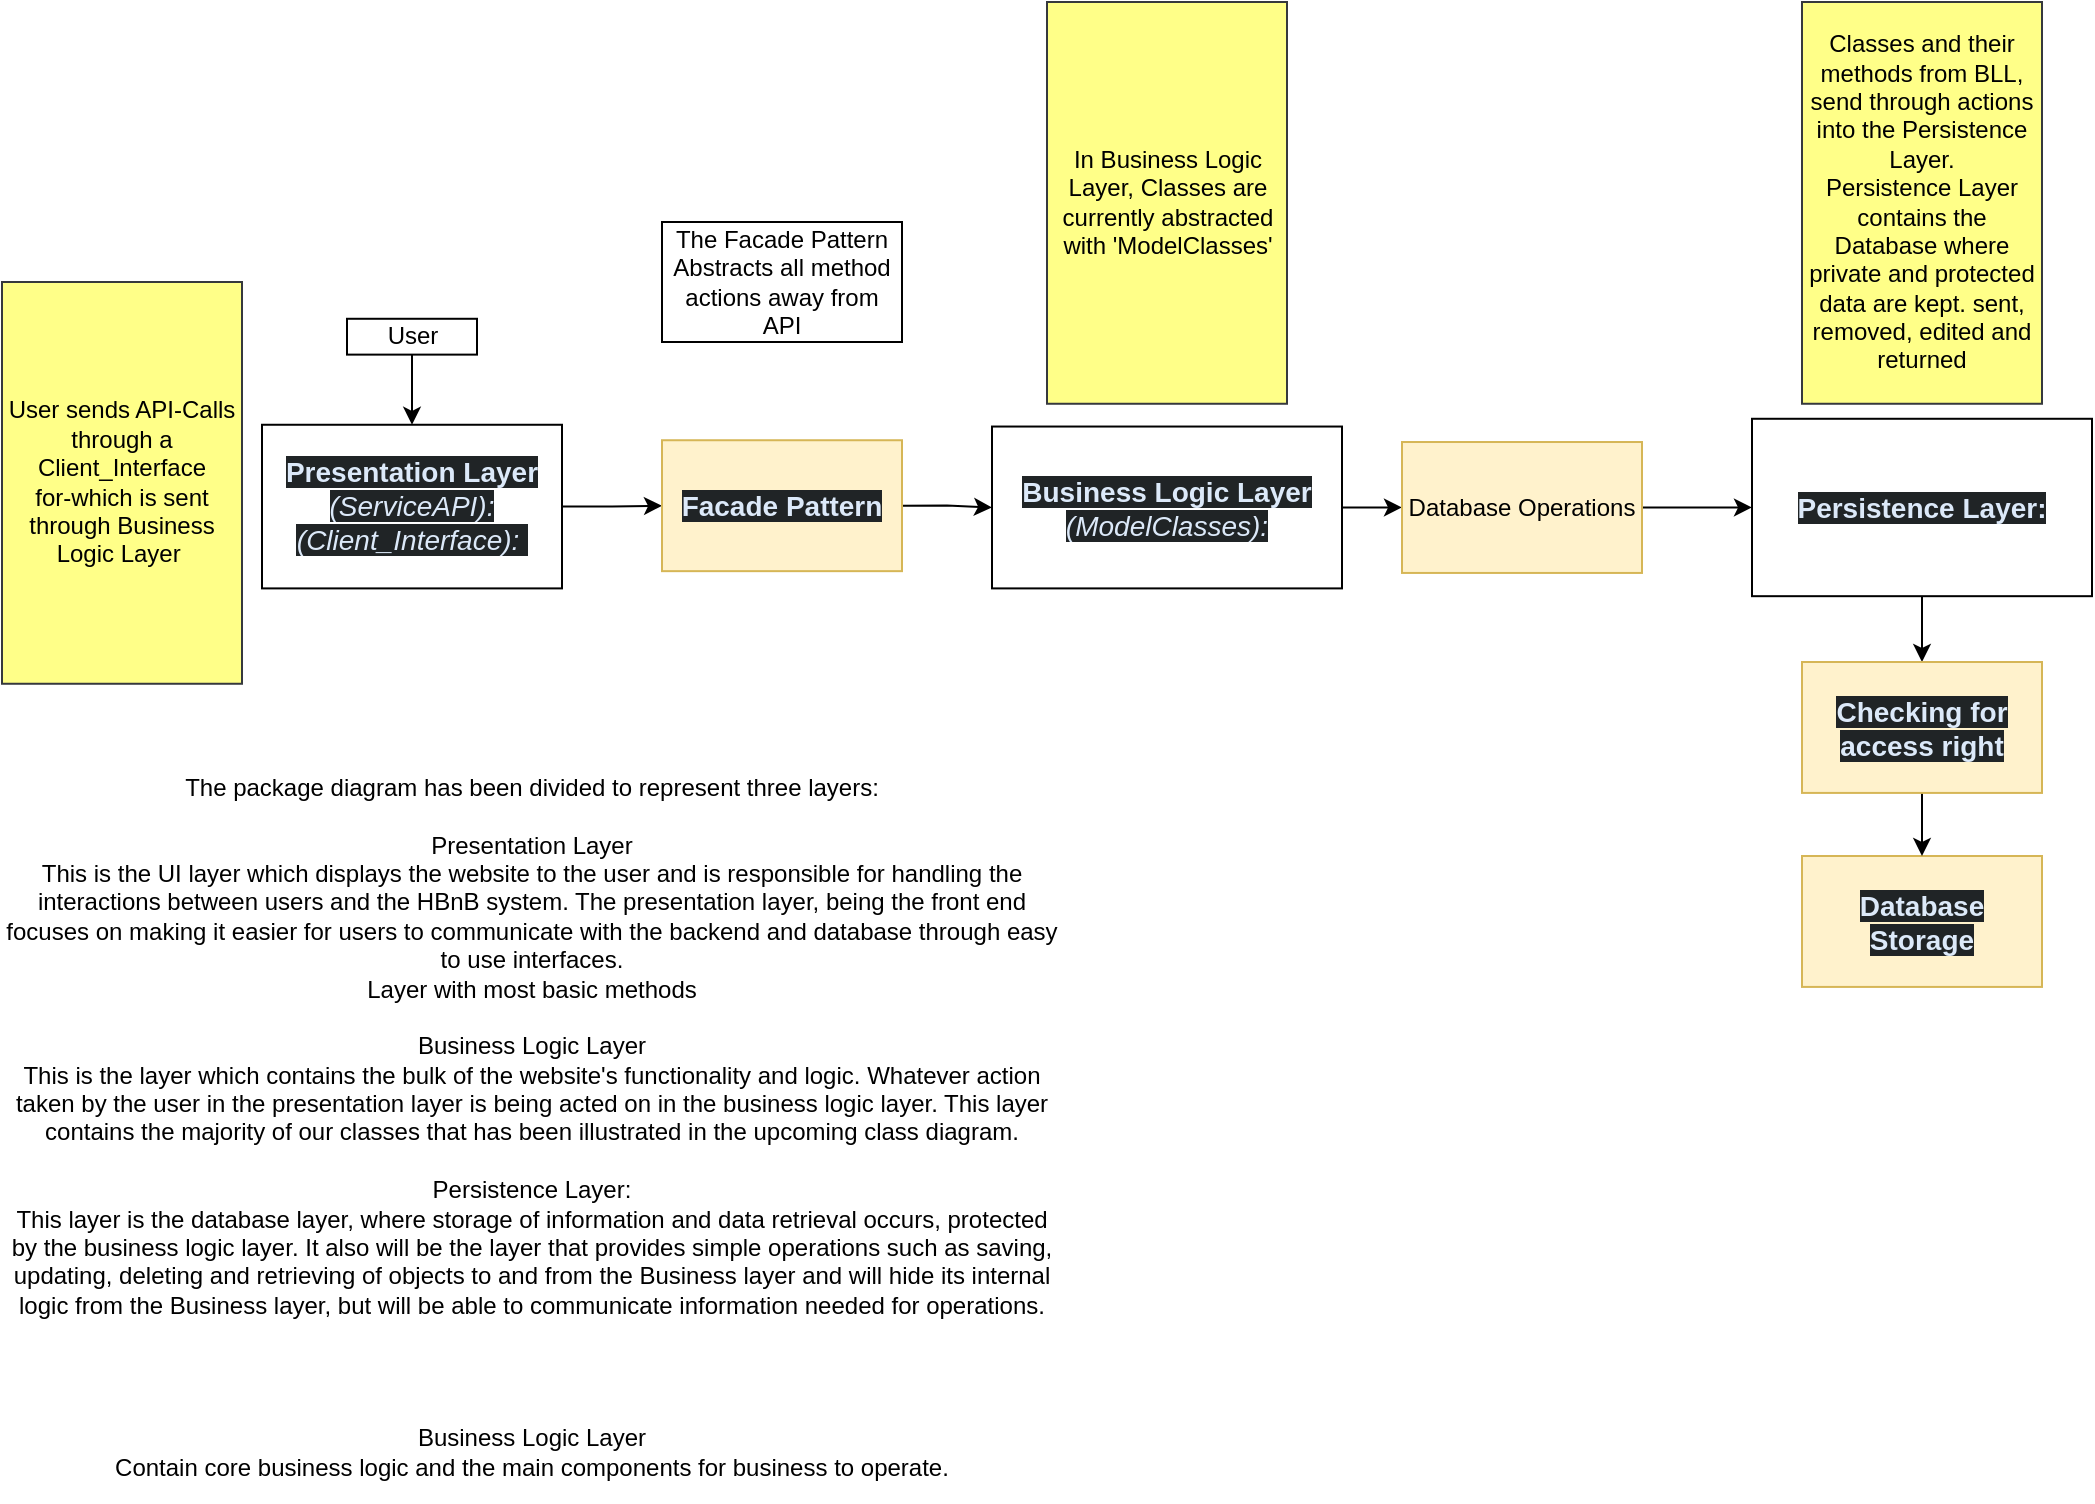
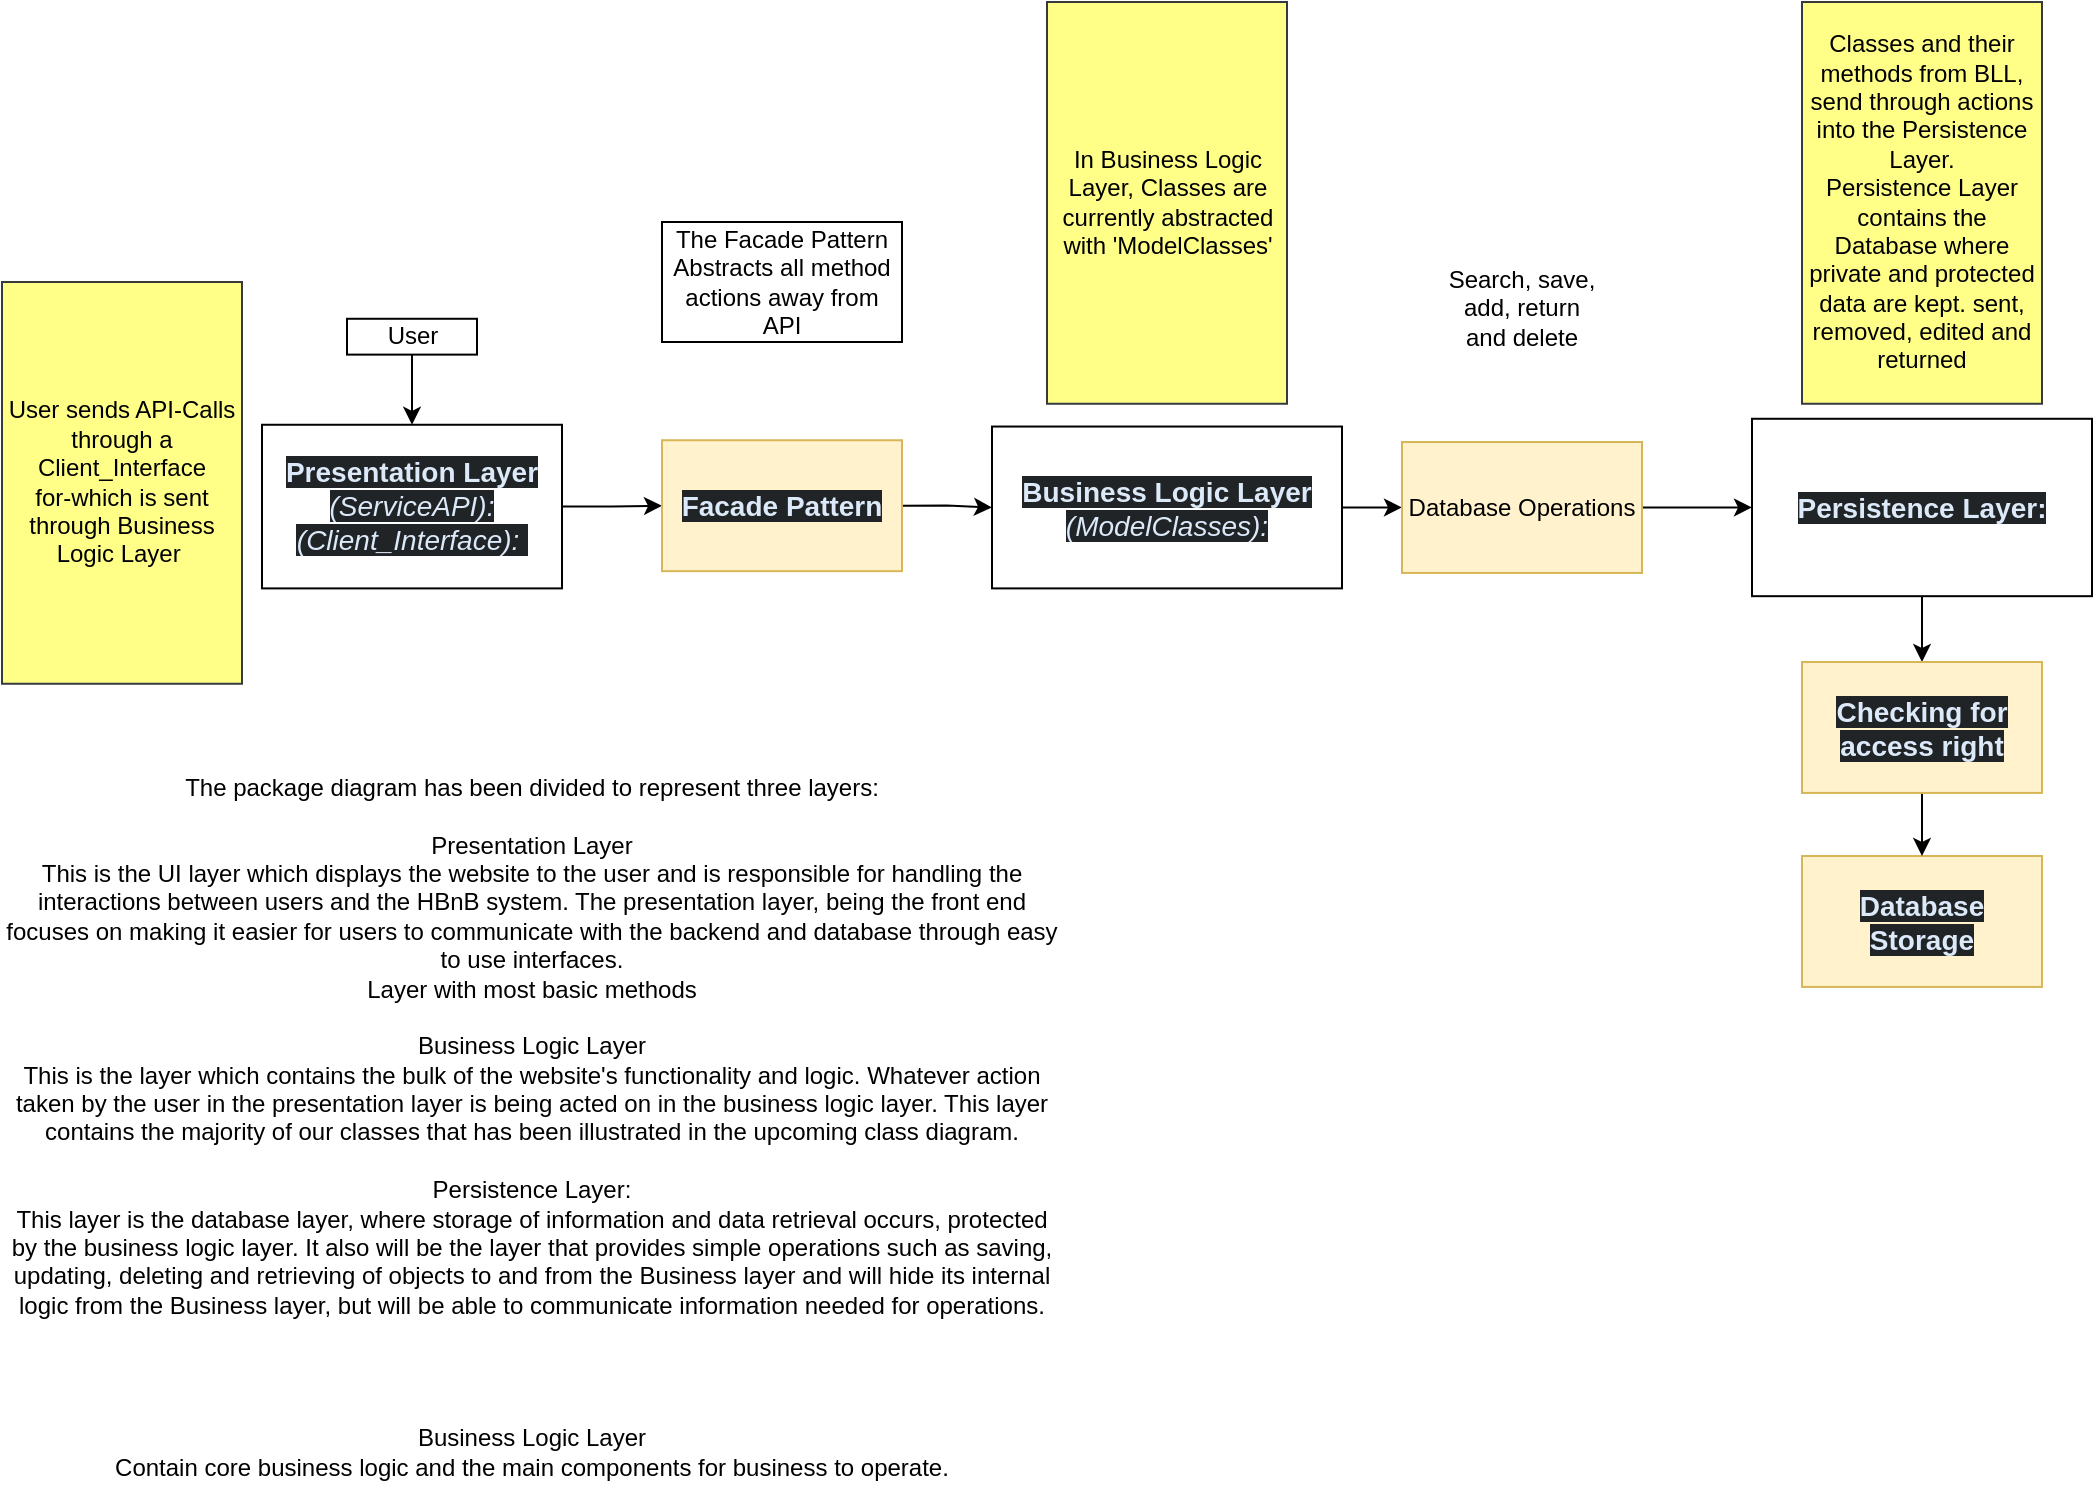
<mxfile host="app.diagrams.net">
  <diagram name="Page-1" id="2KrW7VEhyqmw7Nx4Ttr-">
-     <mxGraphModel dx="884" dy="490" grid="1" gridSize="10" guides="1" tooltips="1" connect="1" arrows="1" fold="1" page="1" pageScale="1" pageWidth="850" pageHeight="1100" math="0" shadow="0">
+     <mxGraphModel dx="1856" dy="1028" grid="1" gridSize="10" guides="1" tooltips="1" connect="1" arrows="1" fold="1" page="1" pageScale="1" pageWidth="850" pageHeight="1100" math="0" shadow="0">
      <root>
        <mxCell id="0" />
        <mxCell id="1" parent="0" />
        <mxCell id="vZHe2jEZJALmbnLdjFB--106" edge="1" parent="1" source="vZHe2jEZJALmbnLdjFB--105" style="edgeStyle=orthogonalEdgeStyle;rounded=0;orthogonalLoop=1;jettySize=auto;html=1;entryX=0.5;entryY=0;entryDx=0;entryDy=0;exitX=0.5;exitY=1;exitDx=0;exitDy=0;" target="vZHe2jEZJALmbnLdjFB--6" value="">
          <mxGeometry relative="1" as="geometry">
            <mxPoint x="360" y="250" as="sourcePoint" />
          </mxGeometry>
        </mxCell>
        <mxCell id="vZHe2jEZJALmbnLdjFB--6" parent="1" style="rounded=0;whiteSpace=wrap;html=1;" value="&lt;strong style=&quot;box-sizing: border-box; font-weight: bold; scrollbar-color: rgb(95, 99, 104) rgb(49, 54, 60); color: rgb(220, 233, 249); font-family: aktiv-grotesk, sans-serif; font-size: 14px; text-align: start; background-color: rgb(32, 36, 38);&quot;&gt;Presentation Layer &lt;/strong&gt;&lt;span style=&quot;box-sizing: border-box; scrollbar-color: rgb(95, 99, 104) rgb(49, 54, 60); color: rgb(220, 233, 249); font-family: aktiv-grotesk, sans-serif; font-size: 14px; text-align: start; background-color: rgb(32, 36, 38);&quot;&gt;&lt;i&gt;(ServiceAPI):&lt;/i&gt;&lt;/span&gt;&lt;div&gt;&lt;span style=&quot;color: rgb(220, 233, 249); font-family: aktiv-grotesk, sans-serif; font-size: 14px; text-align: start; background-color: rgb(32, 36, 38);&quot;&gt;&lt;i&gt;(Client_Interface):&amp;nbsp;&lt;/i&gt;&lt;/span&gt;&lt;/div&gt;" vertex="1">
          <mxGeometry height="81.82" width="150" x="400" y="301.38" as="geometry" />
        </mxCell>
        <mxCell id="vZHe2jEZJALmbnLdjFB--8" edge="1" parent="1" source="vZHe2jEZJALmbnLdjFB--10" style="edgeStyle=orthogonalEdgeStyle;rounded=0;orthogonalLoop=1;jettySize=auto;html=1;exitX=1;exitY=0.5;exitDx=0;exitDy=0;entryX=0;entryY=0.5;entryDx=0;entryDy=0;" target="vZHe2jEZJALmbnLdjFB--39">
          <mxGeometry relative="1" as="geometry" />
        </mxCell>
        <mxCell id="vZHe2jEZJALmbnLdjFB--10" parent="1" style="rounded=0;whiteSpace=wrap;html=1;" value="&lt;span style=&quot;box-sizing: border-box; scrollbar-color: rgb(95, 99, 104) rgb(49, 54, 60); color: rgb(220, 233, 249); font-family: aktiv-grotesk, sans-serif; font-size: 14px; text-align: start; background-color: rgb(32, 36, 38);&quot;&gt;&lt;b&gt;Business Logic Layer &lt;/b&gt;&lt;i style=&quot;&quot;&gt;(ModelClasses):&lt;/i&gt;&lt;/span&gt;" vertex="1">
          <mxGeometry height="80.93" width="175" x="765" y="302.27" as="geometry" />
        </mxCell>
        <mxCell id="vZHe2jEZJALmbnLdjFB--11" edge="1" parent="1" source="vZHe2jEZJALmbnLdjFB--12" style="edgeStyle=orthogonalEdgeStyle;rounded=0;orthogonalLoop=1;jettySize=auto;html=1;exitX=0.5;exitY=1;exitDx=0;exitDy=0;entryX=0.5;entryY=0;entryDx=0;entryDy=0;" target="vZHe2jEZJALmbnLdjFB--102">
          <mxGeometry relative="1" as="geometry" />
        </mxCell>
        <mxCell id="vZHe2jEZJALmbnLdjFB--12" parent="1" style="rounded=0;whiteSpace=wrap;html=1;" value="&lt;strong style=&quot;box-sizing: border-box; font-weight: bold; scrollbar-color: rgb(95, 99, 104) rgb(49, 54, 60); color: rgb(220, 233, 249); font-family: aktiv-grotesk, sans-serif; font-size: 14px; text-align: start; background-color: rgb(32, 36, 38);&quot;&gt;Persistence Layer:&lt;/strong&gt;" vertex="1">
          <mxGeometry height="88.7" width="170" x="1145" y="298.39" as="geometry" />
        </mxCell>
        <mxCell id="vZHe2jEZJALmbnLdjFB--29" parent="1" style="rounded=0;whiteSpace=wrap;html=1;align=center;fillColor=#fff2cc;strokeColor=#d6b656;" value="&lt;div style=&quot;&quot;&gt;&lt;font color=&quot;#dce9f9&quot; face=&quot;aktiv-grotesk, sans-serif&quot;&gt;&lt;span style=&quot;font-size: 14px; background-color: rgb(32, 36, 38);&quot;&gt;&lt;b&gt;Database&lt;br&gt;Storage&lt;/b&gt;&lt;/span&gt;&lt;/font&gt;&lt;/div&gt;" vertex="1">
          <mxGeometry height="65.46" width="120" x="1170" y="517" as="geometry" />
        </mxCell>
        <mxCell id="vZHe2jEZJALmbnLdjFB--35" edge="1" parent="1" source="vZHe2jEZJALmbnLdjFB--37" style="edgeStyle=orthogonalEdgeStyle;rounded=0;orthogonalLoop=1;jettySize=auto;html=1;exitX=1;exitY=0.5;exitDx=0;exitDy=0;" target="vZHe2jEZJALmbnLdjFB--10">
          <mxGeometry relative="1" as="geometry">
            <mxPoint x="750" y="339.5700000000001" as="sourcePoint" />
          </mxGeometry>
        </mxCell>
        <mxCell id="vZHe2jEZJALmbnLdjFB--36" edge="1" parent="1" source="vZHe2jEZJALmbnLdjFB--6" style="edgeStyle=orthogonalEdgeStyle;rounded=0;orthogonalLoop=1;jettySize=auto;html=1;exitX=1;exitY=0.5;exitDx=0;exitDy=0;entryX=0;entryY=0.5;entryDx=0;entryDy=0;" target="vZHe2jEZJALmbnLdjFB--37">
          <mxGeometry relative="1" as="geometry">
            <mxPoint x="575" y="430" as="targetPoint" />
          </mxGeometry>
        </mxCell>
        <mxCell id="vZHe2jEZJALmbnLdjFB--37" parent="1" style="rounded=0;whiteSpace=wrap;html=1;align=center;fillColor=#fff2cc;strokeColor=#d6b656;" value="&lt;div style=&quot;&quot;&gt;&lt;font color=&quot;#dce9f9&quot; face=&quot;aktiv-grotesk, sans-serif&quot;&gt;&lt;span style=&quot;font-size: 14px; background-color: rgb(32, 36, 38);&quot;&gt;&lt;b&gt;Facade Pattern&lt;/b&gt;&lt;/span&gt;&lt;/font&gt;&lt;/div&gt;" vertex="1">
          <mxGeometry height="65.46" width="120" x="600" y="309.11999999999995" as="geometry" />
        </mxCell>
        <mxCell id="vZHe2jEZJALmbnLdjFB--38" edge="1" parent="1" source="vZHe2jEZJALmbnLdjFB--39" style="edgeStyle=orthogonalEdgeStyle;rounded=0;orthogonalLoop=1;jettySize=auto;html=1;exitX=1;exitY=0.5;exitDx=0;exitDy=0;entryX=0;entryY=0.5;entryDx=0;entryDy=0;" target="vZHe2jEZJALmbnLdjFB--12">
          <mxGeometry relative="1" as="geometry" />
        </mxCell>
        <mxCell id="vZHe2jEZJALmbnLdjFB--39" parent="1" style="rounded=0;whiteSpace=wrap;html=1;align=center;fillColor=#fff2cc;strokeColor=#d6b656;" value="Database Operations" vertex="1">
          <mxGeometry height="65.46" width="120" x="970" y="310.01" as="geometry" />
        </mxCell>
        <mxCell id="vZHe2jEZJALmbnLdjFB--101" edge="1" parent="1" source="vZHe2jEZJALmbnLdjFB--102" style="edgeStyle=orthogonalEdgeStyle;rounded=0;orthogonalLoop=1;jettySize=auto;html=1;exitX=0.5;exitY=1;exitDx=0;exitDy=0;entryX=0.5;entryY=0;entryDx=0;entryDy=0;" target="vZHe2jEZJALmbnLdjFB--29">
          <mxGeometry relative="1" as="geometry">
            <mxPoint x="1460" y="530" as="targetPoint" />
          </mxGeometry>
        </mxCell>
        <mxCell id="vZHe2jEZJALmbnLdjFB--102" parent="1" style="rounded=0;whiteSpace=wrap;html=1;align=center;fillColor=#fff2cc;strokeColor=#d6b656;" value="&lt;div style=&quot;&quot;&gt;&lt;font color=&quot;#dce9f9&quot; face=&quot;aktiv-grotesk, sans-serif&quot;&gt;&lt;span style=&quot;font-size: 14px; background-color: rgb(32, 36, 38);&quot;&gt;&lt;b&gt;Checking for access right&lt;/b&gt;&lt;/span&gt;&lt;/font&gt;&lt;/div&gt;" vertex="1">
          <mxGeometry height="65.46" width="120" x="1170" y="420" as="geometry" />
        </mxCell>
        <mxCell id="vZHe2jEZJALmbnLdjFB--105" parent="1" style="whiteSpace=wrap;html=1;rounded=0;" value="User" vertex="1">
          <mxGeometry height="17.92" width="65" x="442.5" y="248.39" as="geometry" />
        </mxCell>
        <mxCell id="WIsYPLuYnzwIEppj4hiX-1" parent="1" style="rounded=0;whiteSpace=wrap;html=1;fillColor=light-dark(#FFFF88,#FFFF63);strokeColor=#36393d;fontColor=light-dark(#000000,#000000);" value="User sends API-Calls through a Client_Interface&lt;br&gt;for-which is sent through Business Logic Layer&amp;nbsp;" vertex="1">
          <mxGeometry height="200.88" width="120" x="270" y="230" as="geometry" />
        </mxCell>
        <mxCell id="WIsYPLuYnzwIEppj4hiX-2" parent="1" style="rounded=0;whiteSpace=wrap;html=1;fillColor=light-dark(#FFFF88,#FFFF63);strokeColor=#36393d;fontColor=light-dark(#000000,#000000);" value="In Business Logic Layer, Classes are currently abstracted with &#39;ModelClasses&#39;" vertex="1">
          <mxGeometry height="200.88" width="120" x="792.5" y="90" as="geometry" />
        </mxCell>
        <mxCell id="WIsYPLuYnzwIEppj4hiX-3" parent="1" style="rounded=0;whiteSpace=wrap;html=1;fillColor=light-dark(#FFFF88,#FFFF63);strokeColor=#36393d;fontColor=light-dark(#000000,#000000);" value="Classes and their methods from BLL,&lt;br&gt;send through actions into the Persistence Layer.&lt;br&gt;Persistence Layer contains the Database where private and protected data are kept. sent, removed, edited and returned" vertex="1">
          <mxGeometry height="200.88" width="120" x="1170" y="90" as="geometry" />
        </mxCell>
        <mxCell id="jcnPVMmyGXToek09mdS7-1" parent="1" style="rounded=0;whiteSpace=wrap;html=1;fillColor=light-dark(#FFFFFF,#FFF200);fontColor=light-dark(#000000,#000000);" value="The Facade Pattern Abstracts all method actions away from API" vertex="1">
          <mxGeometry height="60" width="120" x="600" y="200" as="geometry" />
        </mxCell>
        <mxCell id="3AgvAKh3npFNZkdtQLno-1" parent="1" style="text;html=1;whiteSpace=wrap;strokeColor=none;fillColor=none;align=center;verticalAlign=middle;rounded=0;" value="The package diagram has been divided to represent three layers:&lt;br&gt;&lt;br&gt;Presentation Layer&lt;div&gt;This is the UI layer which displays the website to the user and is responsible for handling the interactions between users and the HBnB system. The presentation layer, being the front end focuses on making it easier for users to communicate with the backend and database through easy to use interfaces.&lt;br&gt;Layer with most basic methods&lt;br&gt;&lt;br&gt;Business Logic Layer&lt;div&gt;This is the layer which contains the bulk of the website&#39;s functionality and logic. Whatever action taken by the user in the presentation layer is being acted on in the business logic layer. This layer contains the majority of our classes that has been illustrated in the upcoming class diagram.&lt;/div&gt;&lt;div&gt;&lt;br&gt;&lt;/div&gt;&lt;div&gt;Persistence Layer:&lt;/div&gt;&lt;div&gt;This layer is the database layer, where storage of information and data retrieval occurs, protected by the business logic layer. It also will be the layer that provides simple operations such as saving, updating, deleting and retrieving of objects to and from the Business layer and will hide its internal logic from the Business layer, but will be able to communicate information needed for operations.&lt;/div&gt;&lt;/div&gt;" vertex="1">
          <mxGeometry height="303" width="530" x="270" y="460" as="geometry" />
        </mxCell>
        <mxCell id="W_o3C3PsjH2Ao98SipCb-2" parent="1" style="text;html=1;whiteSpace=wrap;strokeColor=none;fillColor=none;align=center;verticalAlign=middle;rounded=0;" value="Business Logic Layer&lt;div&gt;Contain core business logic and the main components for business to operate.&lt;/div&gt;" vertex="1">
          <mxGeometry height="50" width="530" x="270" y="790" as="geometry" />
        </mxCell>
+         <mxCell id="Krj6psJROP2RNWawIp8D-1" parent="1" style="text;html=1;whiteSpace=wrap;strokeColor=none;fillColor=light-dark(#FFFFFF,#FFCE02);align=center;verticalAlign=middle;rounded=0;fontColor=light-dark(#000000,#000000);" value="Search, save, add, return&lt;br&gt;and delete" vertex="1">
+           <mxGeometry height="110" width="80" x="990" y="188.39" as="geometry" />
+         </mxCell>
      </root>
    </mxGraphModel>
  </diagram>
</mxfile>
